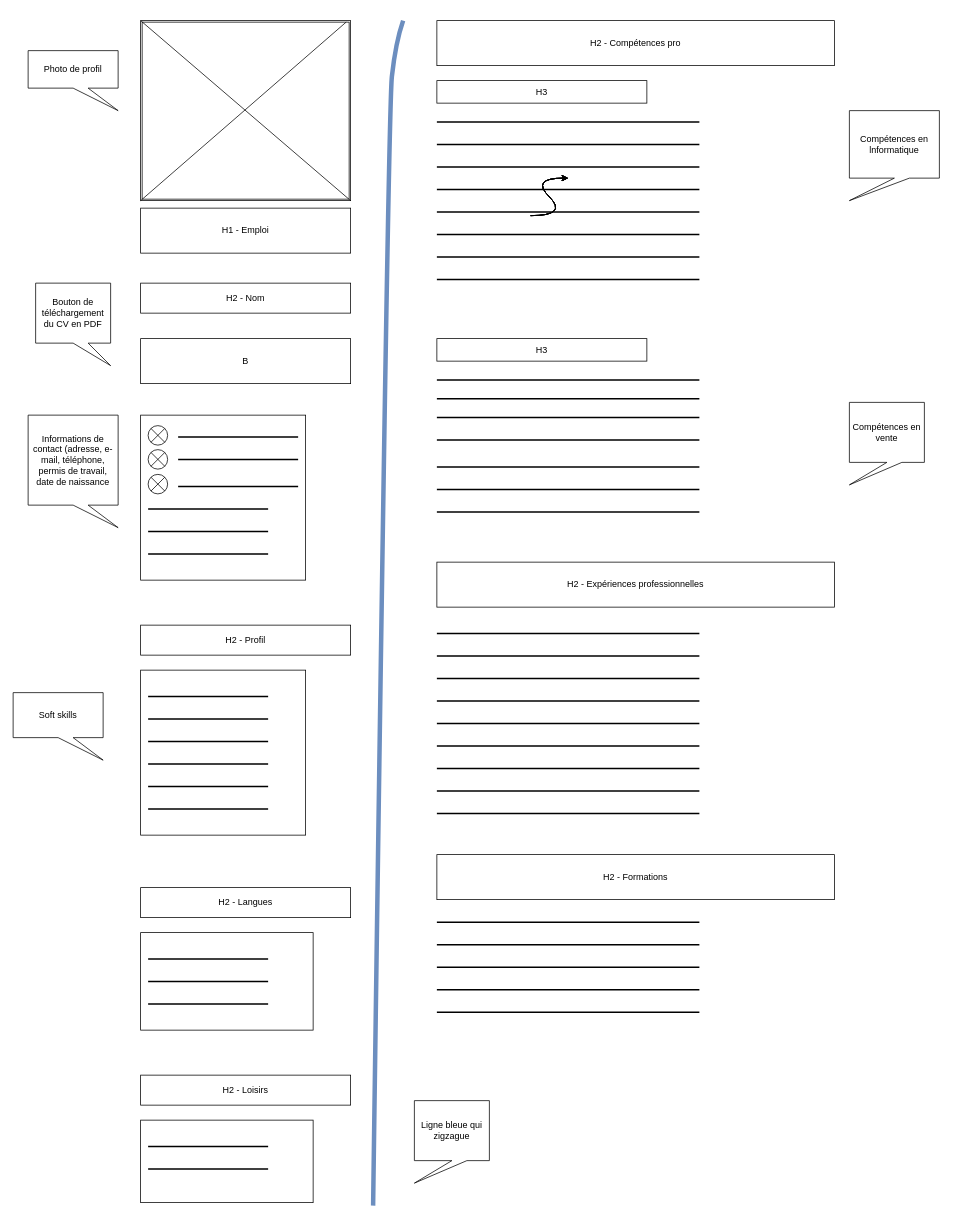
The draw.io diagram wireframe/cv.drawio in feliciencorbat/wireframe_cv_bootstrap, before the edit. Source tidied: cells renumbered, new cells numbered last; positions are measured from the earlier drawing's top-left corner, leaving out a move shared by most shapes. Both pictures are drawn from the tidied source at 75%, with x=0, y=0 at pixel (13, 13).
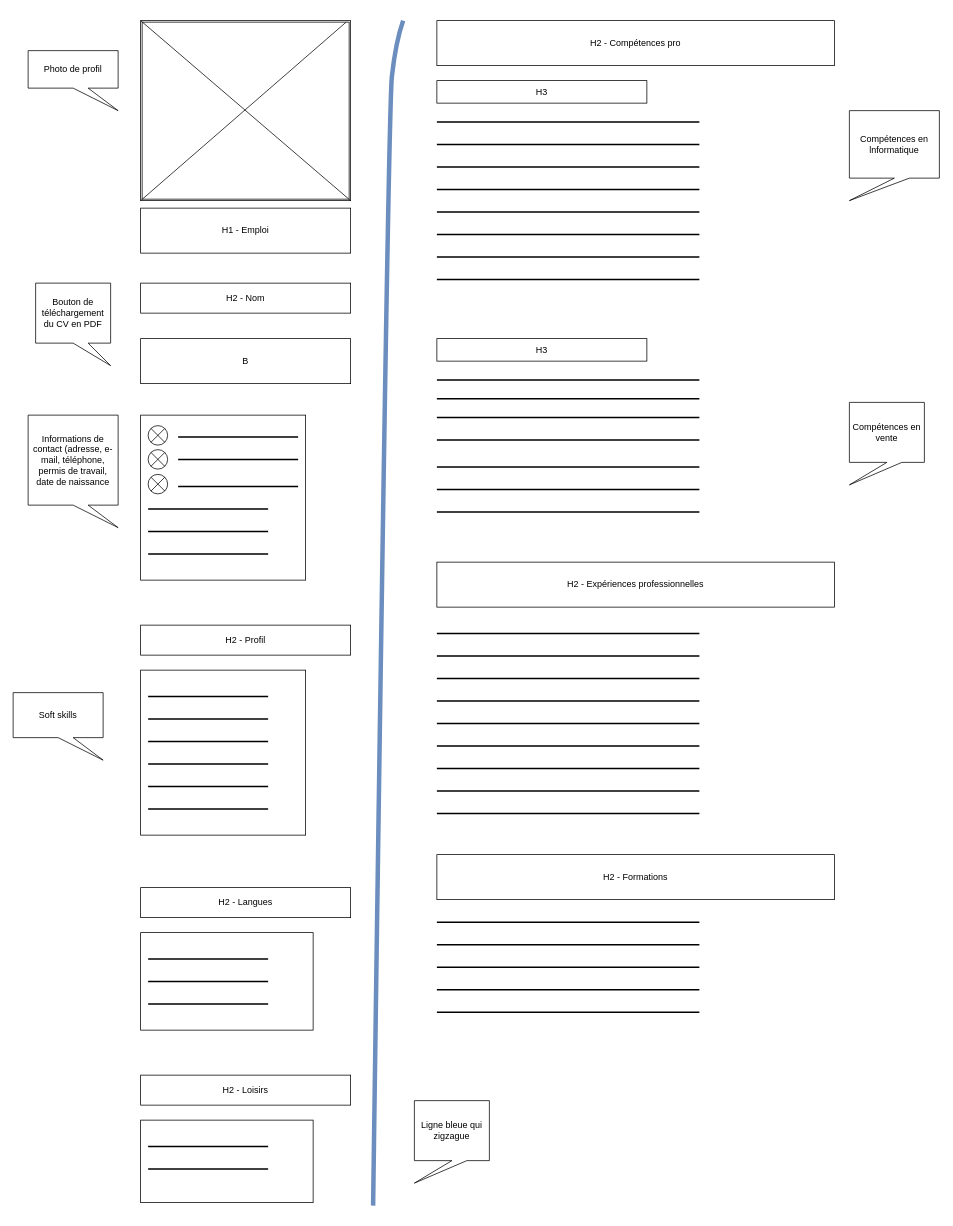
Above is the later version.

What changed in the source:
```diff
@@
-    <mxCell id="77" style="curved=1;endArrow=classic;html=1;rounded=0;" parent="1" edge="1">
-      <mxGeometry relative="1" as="geometry">
-        <mxPoint x="690" y="270" as="sourcePoint" />
-        <mxPoint x="740" y="220" as="targetPoint" />
-        <Array as="points">
-          <mxPoint x="740" y="270" />
-          <mxPoint x="690" y="220" />
-        </Array>
-      </mxGeometry>
-    </mxCell>
-    <mxCell id="78" style="curved=1;endArrow=classic;html=1;rounded=0;" parent="1" edge="1">
-      <mxGeometry relative="1" as="geometry">
-        <mxPoint x="690" y="270" as="sourcePoint" />
-        <mxPoint x="740" y="220" as="targetPoint" />
-        <Array as="points">
-          <mxPoint x="740" y="270" />
-          <mxPoint x="690" y="220" />
-        </Array>
-      </mxGeometry>
-    </mxCell>
-    <mxCell id="79" style="curved=1;endArrow=classic;html=1;rounded=0;" parent="1" edge="1">
-      <mxGeometry relative="1" as="geometry">
-        <mxPoint x="690" y="270" as="sourcePoint" />
-        <mxPoint x="740" y="220" as="targetPoint" />
-        <Array as="points">
-          <mxPoint x="740" y="270" />
-          <mxPoint x="690" y="220" />
-        </Array>
-      </mxGeometry>
-    </mxCell>
-    <mxCell id="80" style="curved=1;endArrow=classic;html=1;rounded=0;" parent="1" edge="1">
-      <mxGeometry relative="1" as="geometry">
-        <mxPoint x="690" y="270" as="sourcePoint" />
-        <mxPoint x="740" y="220" as="targetPoint" />
-        <Array as="points">
-          <mxPoint x="740" y="270" />
-          <mxPoint x="690" y="220" />
-        </Array>
-      </mxGeometry>
-    </mxCell>
-    <mxCell id="81" style="curved=1;endArrow=classic;html=1;rounded=0;" parent="1" edge="1">
-      <mxGeometry relative="1" as="geometry">
-        <mxPoint x="690" y="270" as="sourcePoint" />
-        <mxPoint x="740" y="220" as="targetPoint" />
-        <Array as="points">
-          <mxPoint x="740" y="270" />
-          <mxPoint x="690" y="220" />
-        </Array>
-      </mxGeometry>
-    </mxCell>
-    <mxCell id="82" style="curved=1;endArrow=classic;html=1;rounded=0;" parent="1" edge="1">
-      <mxGeometry relative="1" as="geometry">
-        <mxPoint x="690" y="270" as="sourcePoint" />
-        <mxPoint x="740" y="220" as="targetPoint" />
-        <Array as="points">
-          <mxPoint x="740" y="270" />
-          <mxPoint x="690" y="220" />
-        </Array>
-      </mxGeometry>
-    </mxCell>
-    <mxCell id="83" style="curved=1;endArrow=classic;html=1;rounded=0;" parent="1" edge="1">
-      <mxGeometry relative="1" as="geometry">
-        <mxPoint x="690" y="270" as="sourcePoint" />
-        <mxPoint x="740" y="220" as="targetPoint" />
-        <Array as="points">
-          <mxPoint x="740" y="270" />
-          <mxPoint x="690" y="220" />
-        </Array>
-      </mxGeometry>
-    </mxCell>
```
